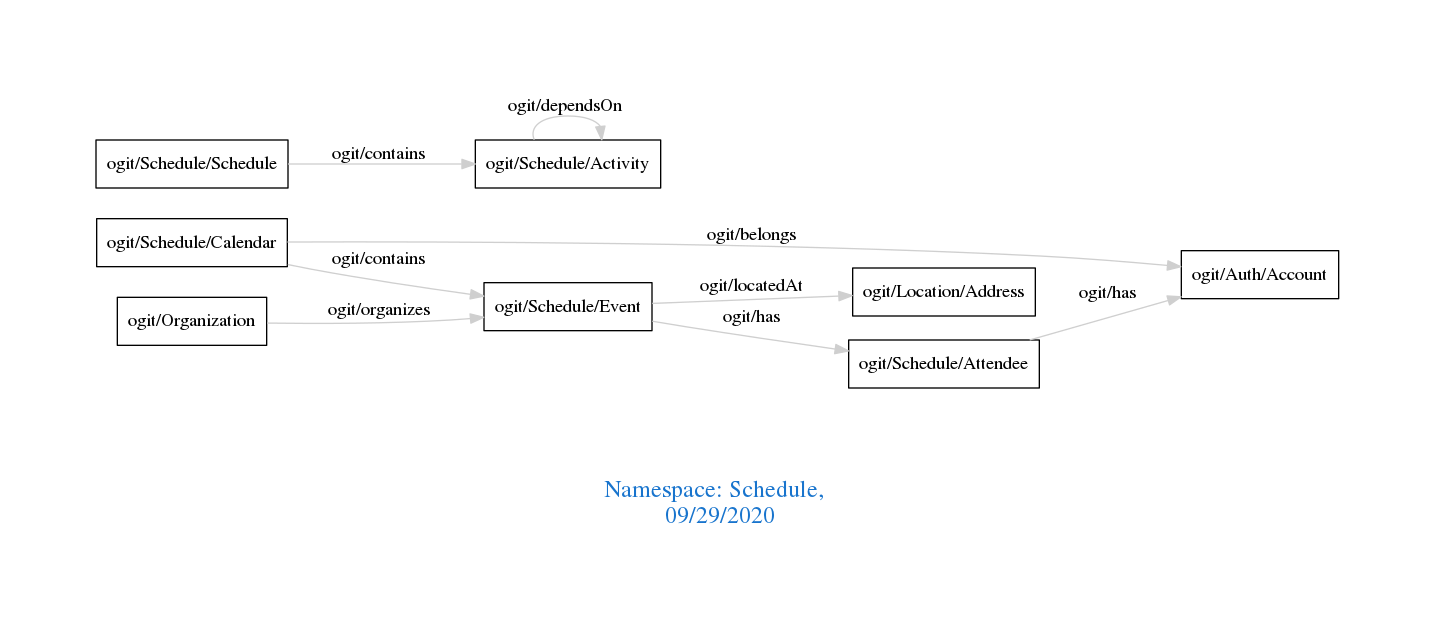
Before: downloads/Schedule.png, a diagram exported from Graphviz (arago/OGIT). Its source is kept beside it as downloads/Schedule.dot.
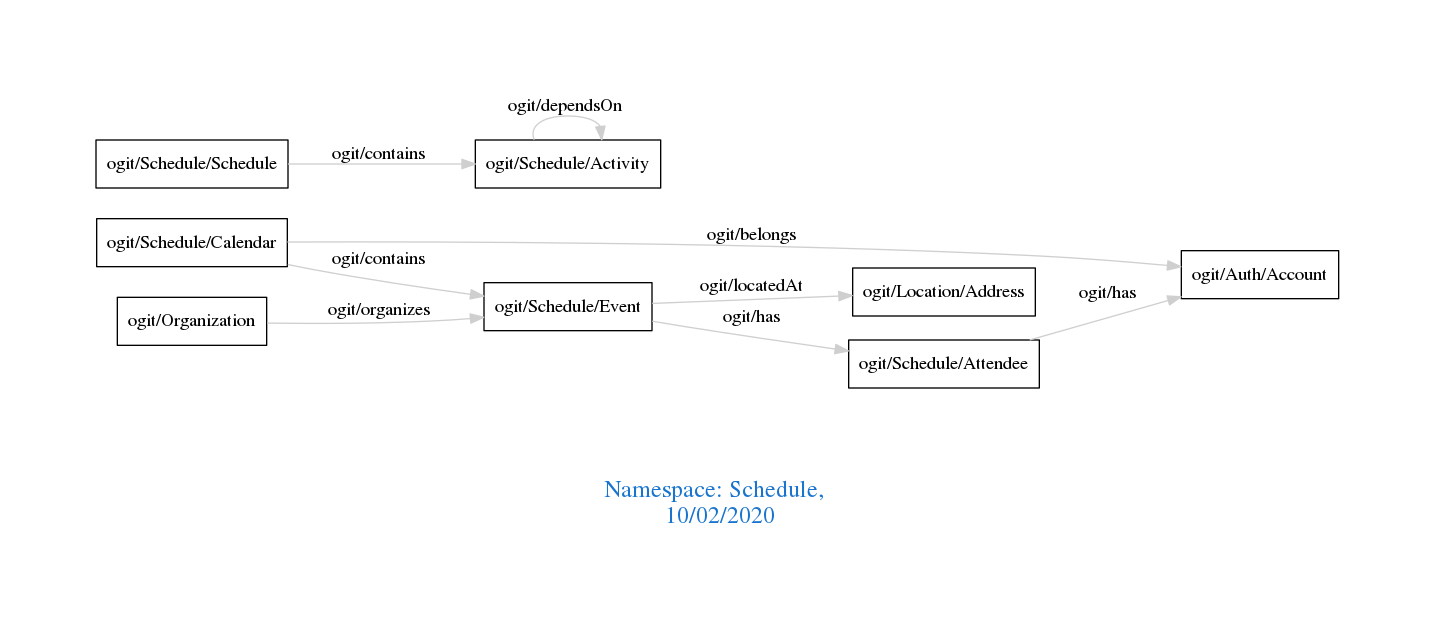
Above is the later version.

Change to the diagram source:
```diff
@@ -1,7 +1,7 @@
 digraph OGIT_ontology {
  graph [ rankdir= LR,pad=1
 fontsize = 18,
-fontcolor= dodgerblue3,label = "\n\n\nNamespace: Schedule, \n 09/29/2020"];
+fontcolor= dodgerblue3,label = "\n\n\nNamespace: Schedule, \n 10/02/2020"];
 node[shape=polygon];
 edge [  color="gray81"];
 
```
